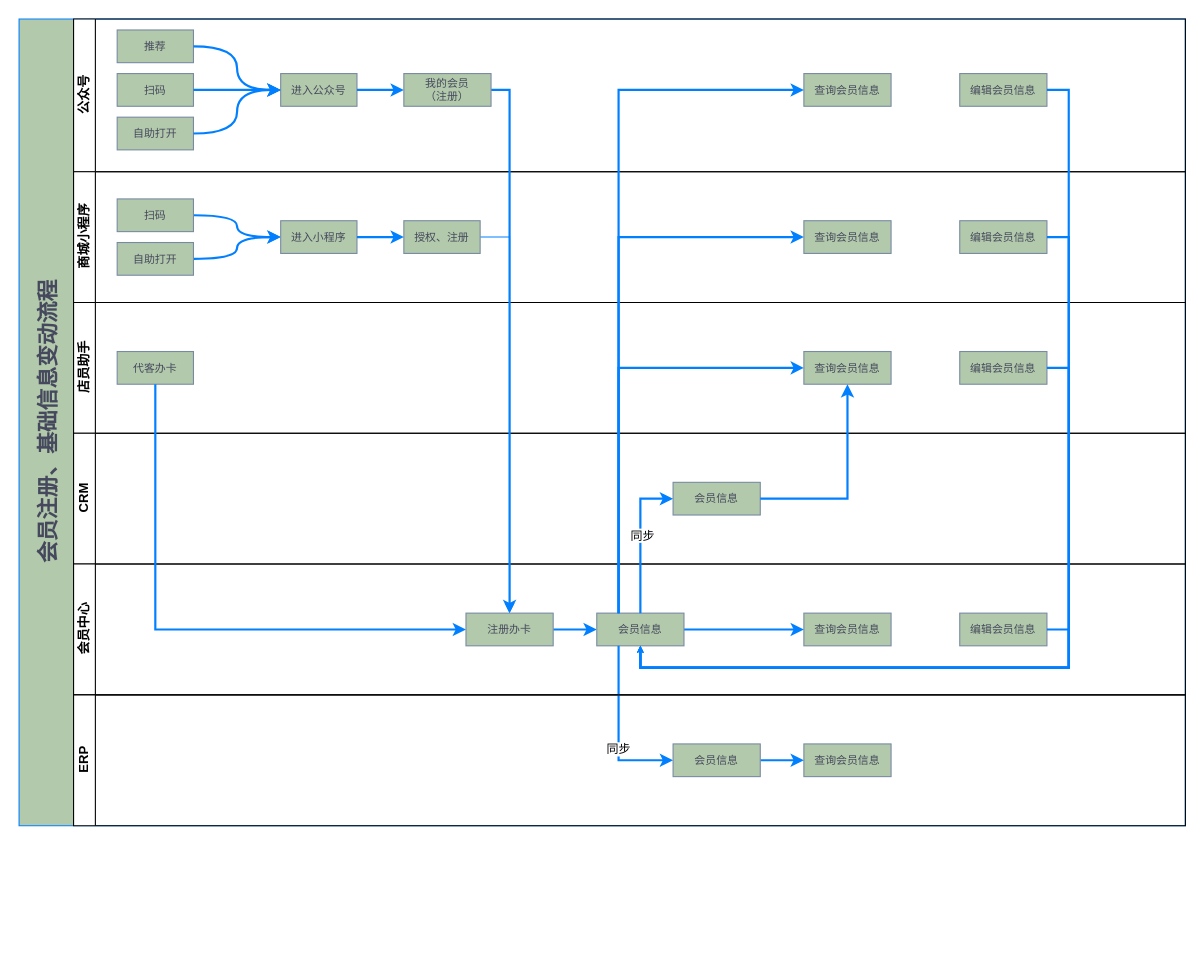
Above: page "会员注册2" (3 of 13) of 多ERP会员流程.drawio in JustDoItHilary/HilarysTraining (draw.io), before the change. Source tidied: cells renumbered, new cells numbered last; positions are measured from the earlier drawing's top-left corner, leaving out a move shared by most shapes. Both pictures are drawn from the tidied source at 109%, with x=0, y=0 at pixel (19, 19).
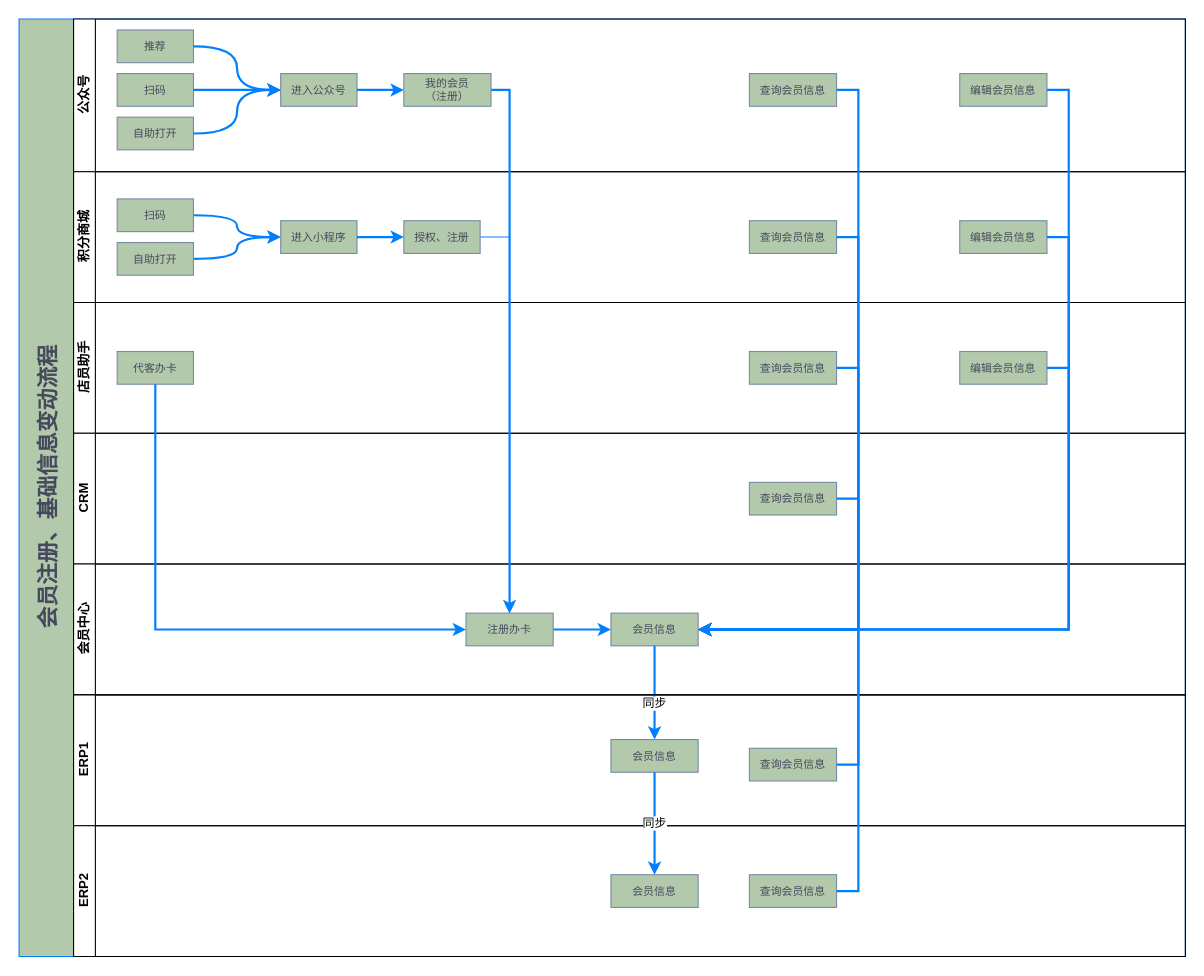
The same diagram, later.

Unchanged cells that the change refers to:
```xml
<mxCell id="3" value="公众号" style="swimlane;html=1;startSize=20;horizontal=0;" parent="2" vertex="1">
  <mxGeometry x="50" width="1020" height="140" as="geometry" />
</mxCell>
<mxCell id="8" value="&lt;font size=&quot;1&quot;&gt;编辑会员信息&lt;/font&gt;" style="rounded=0;whiteSpace=wrap;html=1;strokeColor=#788AA3;fillColor=#B2C9AB;fontColor=#46495D;fontSize=10;" parent="3" vertex="1">
  <mxGeometry x="813" y="50" width="80" height="30" as="geometry" />
</mxCell>
<mxCell id="20" value="&lt;font size=&quot;1&quot;&gt;编辑会员信息&lt;/font&gt;" style="rounded=0;whiteSpace=wrap;html=1;strokeColor=#788AA3;fillColor=#B2C9AB;fontColor=#46495D;fontSize=10;" parent="13" vertex="1">
  <mxGeometry x="813" y="45" width="80" height="30" as="geometry" />
</mxCell>
<mxCell id="21" value="店员助手" style="swimlane;html=1;startSize=20;horizontal=0;" parent="2" vertex="1">
  <mxGeometry x="50" y="260" width="1020" height="120" as="geometry" />
</mxCell>
<mxCell id="24" value="&lt;font size=&quot;1&quot;&gt;编辑会员信息&lt;/font&gt;" style="rounded=0;whiteSpace=wrap;html=1;strokeColor=#788AA3;fillColor=#B2C9AB;fontColor=#46495D;fontSize=10;" parent="21" vertex="1">
  <mxGeometry x="813" y="45" width="80" height="30" as="geometry" />
</mxCell>
<mxCell id="25" value="CRM" style="swimlane;html=1;startSize=20;horizontal=0;" parent="2" vertex="1">
  <mxGeometry x="50" y="380" width="1020" height="120" as="geometry" />
</mxCell>
<mxCell id="27" value="会员中心" style="swimlane;html=1;startSize=20;horizontal=0;" parent="2" vertex="1">
  <mxGeometry x="50" y="500" width="1020" height="120" as="geometry" />
</mxCell>
```

The edit, as a diff of the source:
```diff
@@
     <mxCell id="2" value="&lt;font style=&quot;font-size: 20px&quot;&gt;会员注册、基础信息变动流程&lt;br&gt;&lt;/font&gt;" style="swimlane;html=1;horizontal=0;startSize=50;rounded=0;fillColor=#B2C9AB;fontColor=#46495D;fontSize=10;align=center;verticalAlign=middle;strokeColor=#007FFF;" parent="1" vertex="1">
-      <mxGeometry width="1070" height="740" as="geometry" />
+      <mxGeometry width="1070" height="860" as="geometry" />
     </mxCell>
@@
     <mxCell id="7" value="&lt;span style=&quot;font-size: x-small&quot;&gt;查询会员信息&lt;/span&gt;&lt;font size=&quot;1&quot;&gt;&lt;br&gt;&lt;/font&gt;" style="rounded=0;whiteSpace=wrap;html=1;strokeColor=#788AA3;fillColor=#B2C9AB;fontColor=#46495D;fontSize=10;" parent="3" vertex="1">
-      <mxGeometry x="670" y="50" width="80" height="30" as="geometry" />
+      <mxGeometry x="620" y="50" width="80" height="30" as="geometry" />
     </mxCell>
@@
-    <mxCell id="13" value="商城小程序" style="swimlane;html=1;startSize=20;horizontal=0;" parent="2" vertex="1">
+    <mxCell id="13" value="积分商城" style="swimlane;html=1;startSize=20;horizontal=0;" parent="2" vertex="1">
       <mxGeometry x="50" y="140" width="1020" height="120" as="geometry" />
     </mxCell>
@@
     <mxCell id="19" value="&lt;span style=&quot;font-size: x-small&quot;&gt;查询会员信息&lt;/span&gt;" style="rounded=0;whiteSpace=wrap;html=1;strokeColor=#788AA3;fillColor=#B2C9AB;fontColor=#46495D;fontSize=10;" parent="13" vertex="1">
-      <mxGeometry x="670" y="45" width="80" height="30" as="geometry" />
+      <mxGeometry x="620" y="45" width="80" height="30" as="geometry" />
     </mxCell>
@@
     <mxCell id="23" value="&lt;span style=&quot;font-size: x-small&quot;&gt;查询会员信息&lt;/span&gt;" style="rounded=0;whiteSpace=wrap;html=1;strokeColor=#788AA3;fillColor=#B2C9AB;fontColor=#46495D;fontSize=10;" parent="21" vertex="1">
-      <mxGeometry x="670" y="45" width="80" height="30" as="geometry" />
+      <mxGeometry x="620" y="45" width="80" height="30" as="geometry" />
     </mxCell>
@@
-    <mxCell id="26" value="&lt;font size=&quot;1&quot;&gt;会员信息&lt;/font&gt;" style="rounded=0;whiteSpace=wrap;html=1;fillColor=#B2C9AB;fontColor=#46495D;fontSize=10;strokeColor=#788AA3;" parent="25" vertex="1">
-      <mxGeometry x="550" y="45" width="80" height="30" as="geometry" />
-    </mxCell>
+    <mxCell id="57" value="&lt;span style=&quot;font-size: x-small&quot;&gt;查询会员信息&lt;/span&gt;" style="rounded=0;whiteSpace=wrap;html=1;strokeColor=#788AA3;fillColor=#B2C9AB;fontColor=#46495D;fontSize=10;" parent="25" vertex="1">
+      <mxGeometry x="620" y="45" width="80" height="30" as="geometry" />
+    </mxCell>
@@
-    <mxCell id="30" value="&lt;span style=&quot;font-size: x-small&quot;&gt;查询会员信息&lt;/span&gt;" style="rounded=0;whiteSpace=wrap;html=1;strokeColor=#788AA3;fillColor=#B2C9AB;fontColor=#46495D;fontSize=10;" parent="27" vertex="1">
-      <mxGeometry x="670" y="45" width="80" height="30" as="geometry" />
-    </mxCell>
-    <mxCell id="31" value="&lt;font size=&quot;1&quot;&gt;编辑会员信息&lt;/font&gt;" style="rounded=0;whiteSpace=wrap;html=1;strokeColor=#788AA3;fillColor=#B2C9AB;fontColor=#46495D;fontSize=10;" parent="27" vertex="1">
-      <mxGeometry x="813" y="45" width="80" height="30" as="geometry" />
-    </mxCell>
-    <mxCell id="32" style="edgeStyle=orthogonalEdgeStyle;rounded=0;jettySize=auto;html=1;exitX=1;exitY=0.5;exitDx=0;exitDy=0;entryX=0;entryY=0.5;entryDx=0;entryDy=0;strokeColor=#007FFF;strokeWidth=2;" parent="27" edge="1" source="33" target="30">
-      <mxGeometry relative="1" as="geometry" />
-    </mxCell>
     <mxCell id="33" value="&lt;font size=&quot;1&quot;&gt;会员信息&lt;/font&gt;" style="rounded=0;whiteSpace=wrap;html=1;fillColor=#B2C9AB;fontColor=#46495D;fontSize=10;strokeColor=#788AA3;" parent="27" vertex="1">
-      <mxGeometry x="480" y="45" width="80" height="30" as="geometry" />
+      <mxGeometry x="493" y="45" width="80" height="30" as="geometry" />
     </mxCell>
-    <mxCell id="34" style="edgeStyle=orthogonalEdgeStyle;rounded=0;jettySize=auto;html=1;exitX=1;exitY=0.5;exitDx=0;exitDy=0;entryX=0.5;entryY=1;entryDx=0;entryDy=0;endSize=0;strokeColor=#007FFF;strokeWidth=2;fontColor=#007FFF;" parent="27" edge="1" source="31" target="33">
-      <mxGeometry relative="1" as="geometry" />
-    </mxCell>
@@
-    <mxCell id="36" style="edgeStyle=orthogonalEdgeStyle;rounded=0;jettySize=auto;html=1;entryX=0;entryY=0.5;entryDx=0;entryDy=0;startSize=50;strokeColor=#007FFF;strokeWidth=2;fontColor=#007FFF;exitX=0.5;exitY=0;exitDx=0;exitDy=0;" parent="2" edge="1" source="33" target="26">
-      <mxGeometry relative="1" as="geometry">
-        <Array as="points">
-          <mxPoint x="570" y="440" />
-        </Array>
-      </mxGeometry>
-    </mxCell>
-    <mxCell id="37" value="同步" style="edgeLabel;html=1;align=center;verticalAlign=middle;" parent="36" vertex="1">
-      <mxGeometry x="0.06" y="-1" relative="1" as="geometry" />
-    </mxCell>
-    <mxCell id="38" style="edgeStyle=orthogonalEdgeStyle;rounded=0;jettySize=auto;html=1;exitX=0.25;exitY=1;exitDx=0;exitDy=0;strokeWidth=2;entryX=0;entryY=0.5;entryDx=0;entryDy=0;strokeColor=#007FFF;" parent="2" edge="1" source="33" target="43">
+    <mxCell id="38" style="edgeStyle=orthogonalEdgeStyle;rounded=0;jettySize=auto;html=1;exitX=0.5;exitY=1;exitDx=0;exitDy=0;strokeWidth=2;entryX=0.5;entryY=0;entryDx=0;entryDy=0;strokeColor=#007FFF;" parent="2" edge="1" source="33" target="43">
       <mxGeometry relative="1" as="geometry" />
     </mxCell>
@@
-    <mxCell id="40" value="ERP" style="swimlane;html=1;startSize=20;horizontal=0;" parent="2" vertex="1">
+    <mxCell id="40" value="ERP1" style="swimlane;html=1;startSize=20;horizontal=0;" parent="2" vertex="1">
       <mxGeometry x="50" y="620" width="1020" height="120" as="geometry" />
     </mxCell>
     <mxCell id="41" value="&lt;span style=&quot;font-size: x-small&quot;&gt;查询会员信息&lt;/span&gt;" style="rounded=0;whiteSpace=wrap;html=1;strokeColor=#788AA3;fillColor=#B2C9AB;fontColor=#46495D;fontSize=10;" parent="40" vertex="1">
-      <mxGeometry x="670" y="45" width="80" height="30" as="geometry" />
+      <mxGeometry x="620" y="49" width="80" height="30" as="geometry" />
     </mxCell>
-    <mxCell id="42" style="edgeStyle=orthogonalEdgeStyle;rounded=0;jettySize=auto;html=1;exitX=1;exitY=0.5;exitDx=0;exitDy=0;entryX=0;entryY=0.5;entryDx=0;entryDy=0;strokeColor=#007FFF;strokeWidth=2;" parent="40" edge="1" source="43" target="41">
-      <mxGeometry relative="1" as="geometry" />
-    </mxCell>
     <mxCell id="43" value="&lt;font size=&quot;1&quot;&gt;会员信息&lt;/font&gt;" style="rounded=0;whiteSpace=wrap;html=1;fillColor=#B2C9AB;fontColor=#46495D;fontSize=10;strokeColor=#788AA3;" parent="40" vertex="1">
-      <mxGeometry x="550" y="45" width="80" height="30" as="geometry" />
+      <mxGeometry x="493" y="41" width="80" height="30" as="geometry" />
     </mxCell>
-    <mxCell id="44" style="edgeStyle=orthogonalEdgeStyle;rounded=0;jettySize=auto;html=1;exitX=1;exitY=0.5;exitDx=0;exitDy=0;entryX=0.5;entryY=1;entryDx=0;entryDy=0;endSize=0;strokeColor=#007FFF;strokeWidth=2;fontColor=#007FFF;" parent="2" edge="1" source="8" target="33">
-      <mxGeometry relative="1" as="geometry" />
+    <mxCell id="44" style="edgeStyle=orthogonalEdgeStyle;rounded=0;jettySize=auto;html=1;exitX=1;exitY=0.5;exitDx=0;exitDy=0;entryX=1;entryY=0.5;entryDx=0;entryDy=0;endSize=6;strokeColor=#007FFF;strokeWidth=2;fontColor=#007FFF;" parent="2" edge="1" source="8" target="33">
+      <mxGeometry relative="1" as="geometry">
+        <Array as="points">
+          <mxPoint x="963" y="65" />
+          <mxPoint x="963" y="560" />
+        </Array>
+      </mxGeometry>
     </mxCell>
-    <mxCell id="45" style="edgeStyle=orthogonalEdgeStyle;rounded=0;jettySize=auto;html=1;exitX=1;exitY=0.5;exitDx=0;exitDy=0;entryX=0.5;entryY=1;entryDx=0;entryDy=0;endSize=0;strokeColor=#007FFF;strokeWidth=2;fontColor=#007FFF;" parent="2" edge="1" source="20" target="33">
-      <mxGeometry relative="1" as="geometry" />
+    <mxCell id="45" style="edgeStyle=orthogonalEdgeStyle;rounded=0;jettySize=auto;html=1;exitX=1;exitY=0.5;exitDx=0;exitDy=0;entryX=1;entryY=0.5;entryDx=0;entryDy=0;endSize=6;strokeColor=#007FFF;strokeWidth=2;fontColor=#007FFF;" parent="2" edge="1" source="20" target="33">
+      <mxGeometry relative="1" as="geometry">
+        <Array as="points">
+          <mxPoint x="963" y="200" />
+          <mxPoint x="963" y="560" />
+        </Array>
+      </mxGeometry>
     </mxCell>
-    <mxCell id="46" style="edgeStyle=orthogonalEdgeStyle;rounded=0;jettySize=auto;html=1;exitX=1;exitY=0.5;exitDx=0;exitDy=0;entryX=0.5;entryY=1;entryDx=0;entryDy=0;endSize=0;strokeColor=#007FFF;strokeWidth=2;fontColor=#007FFF;" parent="2" edge="1" source="24" target="33">
-      <mxGeometry relative="1" as="geometry" />
+    <mxCell id="46" style="edgeStyle=orthogonalEdgeStyle;rounded=0;jettySize=auto;html=1;exitX=1;exitY=0.5;exitDx=0;exitDy=0;entryX=1;entryY=0.5;entryDx=0;entryDy=0;endSize=6;strokeColor=#007FFF;strokeWidth=2;fontColor=#007FFF;jumpStyle=arc;" parent="2" edge="1" source="24" target="33">
+      <mxGeometry relative="1" as="geometry">
+        <Array as="points">
+          <mxPoint x="963" y="320" />
+          <mxPoint x="963" y="560" />
+        </Array>
+      </mxGeometry>
     </mxCell>
-    <mxCell id="47" style="edgeStyle=orthogonalEdgeStyle;rounded=0;jettySize=auto;html=1;exitX=0.25;exitY=0;exitDx=0;exitDy=0;entryX=0;entryY=0.5;entryDx=0;entryDy=0;strokeColor=#007FFF;strokeWidth=2;" parent="2" edge="1" source="33" target="23">
-      <mxGeometry relative="1" as="geometry" />
-    </mxCell>
-    <mxCell id="48" style="edgeStyle=orthogonalEdgeStyle;rounded=0;jettySize=auto;html=1;exitX=0.25;exitY=0;exitDx=0;exitDy=0;entryX=0;entryY=0.5;entryDx=0;entryDy=0;strokeColor=#007FFF;strokeWidth=2;" parent="2" edge="1" source="33" target="19">
-      <mxGeometry relative="1" as="geometry" />
-    </mxCell>
-    <mxCell id="49" style="edgeStyle=orthogonalEdgeStyle;rounded=0;jettySize=auto;html=1;exitX=0.25;exitY=0;exitDx=0;exitDy=0;entryX=0;entryY=0.5;entryDx=0;entryDy=0;strokeColor=#007FFF;strokeWidth=2;" parent="2" edge="1" source="33" target="7">
-      <mxGeometry relative="1" as="geometry" />
-    </mxCell>
-    <mxCell id="50" style="edgeStyle=orthogonalEdgeStyle;rounded=0;jettySize=auto;html=1;exitX=1;exitY=0.5;exitDx=0;exitDy=0;entryX=0.5;entryY=1;entryDx=0;entryDy=0;strokeColor=#007FFF;strokeWidth=2;" parent="2" edge="1" source="26" target="23">
-      <mxGeometry relative="1" as="geometry" />
-    </mxCell>
+    <mxCell id="58" style="edgeStyle=orthogonalEdgeStyle;rounded=0;comic=0;jumpStyle=arc;jettySize=auto;html=1;exitX=1;exitY=0.5;exitDx=0;exitDy=0;entryX=1;entryY=0.5;entryDx=0;entryDy=0;strokeColor=#007FFF;strokeWidth=2;" parent="2" edge="1" source="23" target="33">
+      <mxGeometry relative="1" as="geometry" />
+    </mxCell>
+    <mxCell id="59" style="edgeStyle=orthogonalEdgeStyle;rounded=0;comic=0;jumpStyle=arc;jettySize=auto;html=1;exitX=1;exitY=0.5;exitDx=0;exitDy=0;entryX=1;entryY=0.5;entryDx=0;entryDy=0;strokeColor=#007FFF;strokeWidth=2;" parent="2" edge="1" source="19" target="33">
+      <mxGeometry relative="1" as="geometry" />
+    </mxCell>
+    <mxCell id="60" style="edgeStyle=orthogonalEdgeStyle;rounded=0;comic=0;jumpStyle=arc;jettySize=auto;html=1;exitX=1;exitY=0.5;exitDx=0;exitDy=0;entryX=1;entryY=0.5;entryDx=0;entryDy=0;strokeColor=#007FFF;strokeWidth=2;" parent="2" edge="1" source="7" target="33">
+      <mxGeometry relative="1" as="geometry" />
+    </mxCell>
+    <mxCell id="61" value="ERP2" style="swimlane;html=1;startSize=20;horizontal=0;" parent="2" vertex="1">
+      <mxGeometry x="50" y="740" width="1020" height="120" as="geometry" />
+    </mxCell>
+    <mxCell id="62" value="&lt;span style=&quot;font-size: x-small&quot;&gt;查询会员信息&lt;/span&gt;" style="rounded=0;whiteSpace=wrap;html=1;strokeColor=#788AA3;fillColor=#B2C9AB;fontColor=#46495D;fontSize=10;" parent="61" vertex="1">
+      <mxGeometry x="620" y="45" width="80" height="30" as="geometry" />
+    </mxCell>
+    <mxCell id="26" value="&lt;font size=&quot;1&quot;&gt;会员信息&lt;/font&gt;" style="rounded=0;whiteSpace=wrap;html=1;fillColor=#B2C9AB;fontColor=#46495D;fontSize=10;strokeColor=#788AA3;" parent="61" vertex="1">
+      <mxGeometry x="493" y="45" width="80" height="30" as="geometry" />
+    </mxCell>
+    <mxCell id="63" style="edgeStyle=orthogonalEdgeStyle;rounded=0;comic=0;jumpStyle=arc;jettySize=auto;html=1;exitX=1;exitY=0.5;exitDx=0;exitDy=0;strokeColor=#007FFF;strokeWidth=2;endSize=6;entryX=1;entryY=0.5;entryDx=0;entryDy=0;" parent="2" edge="1" source="57" target="33">
+      <mxGeometry relative="1" as="geometry" />
+    </mxCell>
+    <mxCell id="64" style="edgeStyle=orthogonalEdgeStyle;rounded=0;comic=0;jumpStyle=arc;jettySize=auto;html=1;exitX=1;exitY=0.5;exitDx=0;exitDy=0;entryX=1;entryY=0.5;entryDx=0;entryDy=0;strokeColor=#007FFF;strokeWidth=2;endSize=6;" parent="2" edge="1" source="62" target="33">
+      <mxGeometry relative="1" as="geometry" />
+    </mxCell>
+    <mxCell id="65" style="edgeStyle=orthogonalEdgeStyle;rounded=0;comic=0;jumpStyle=arc;jettySize=auto;html=1;exitX=1;exitY=0.5;exitDx=0;exitDy=0;entryX=1;entryY=0.5;entryDx=0;entryDy=0;strokeColor=#007FFF;strokeWidth=2;endSize=6;" parent="2" edge="1" source="41" target="33">
+      <mxGeometry relative="1" as="geometry" />
+    </mxCell>
+    <mxCell id="37" value="同步" style="edgeStyle=orthogonalEdgeStyle;rounded=0;comic=0;jumpStyle=arc;jettySize=auto;html=1;exitX=0.5;exitY=1;exitDx=0;exitDy=0;strokeColor=#007FFF;strokeWidth=2;endSize=6;" parent="2" edge="1" source="43" target="26">
+      <mxGeometry relative="1" as="geometry" />
+    </mxCell>
```
